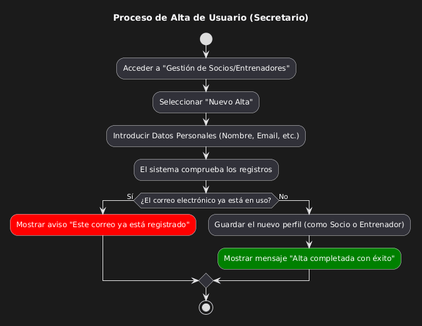
Earlier version of the PlantUML export docs/diagramasUML/DiagramaActividades/Actividad_Alta_Usuario.png (FerminGarridoMartinDAM/ProyectoInterModular1DAMAppGimnasio). The source it was exported from:
```plantuml
@startuml
title Proceso de Alta de Usuario (Secretario)

start

:Acceder a "Gestión de Socios/Entrenadores";
:Seleccionar "Nuevo Alta";
:Introducir Datos Personales (Nombre, Email, etc.);

:El sistema comprueba los registros;

if (¿El correo electrónico ya está en uso?) then (Sí)
  :Mostrar aviso "Este correo ya está registrado"; <<#red>>
else (No)
  :Guardar el nuevo perfil (como Socio o Entrenador);
  :Mostrar mensaje "Alta completada con éxito"; <<#green>>
endif

stop
@enduml
```
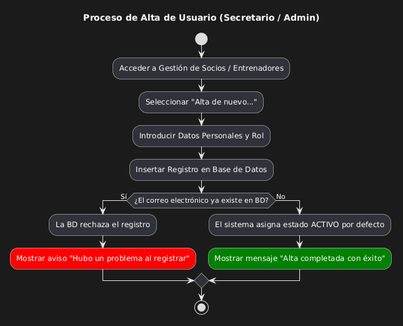
After the change.

Diff of the diagram source:
```diff
@@ -1,18 +1,19 @@
 @startuml
-title Proceso de Alta de Usuario (Secretario)
+title Proceso de Alta de Usuario (Secretario / Admin)
 
 start
 
-:Acceder a "Gestión de Socios/Entrenadores";
-:Seleccionar "Nuevo Alta";
-:Introducir Datos Personales (Nombre, Email, etc.);
+:Acceder a Gestión de Socios / Entrenadores;
+:Seleccionar "Alta de nuevo...";
+:Introducir Datos Personales y Rol;
 
-:El sistema comprueba los registros;
+:Insertar Registro en Base de Datos;
 
-if (¿El correo electrónico ya está en uso?) then (Sí)
-  :Mostrar aviso "Este correo ya está registrado"; <<#red>>
+if (¿El correo electrónico ya existe en BD?) then (Sí)
+  :La BD rechaza el registro;
+  :Mostrar aviso "Hubo un problema al registrar"; <<#red>>
 else (No)
-  :Guardar el nuevo perfil (como Socio o Entrenador);
+  :El sistema asigna estado ACTIVO por defecto;
   :Mostrar mensaje "Alta completada con éxito"; <<#green>>
 endif
 
```
